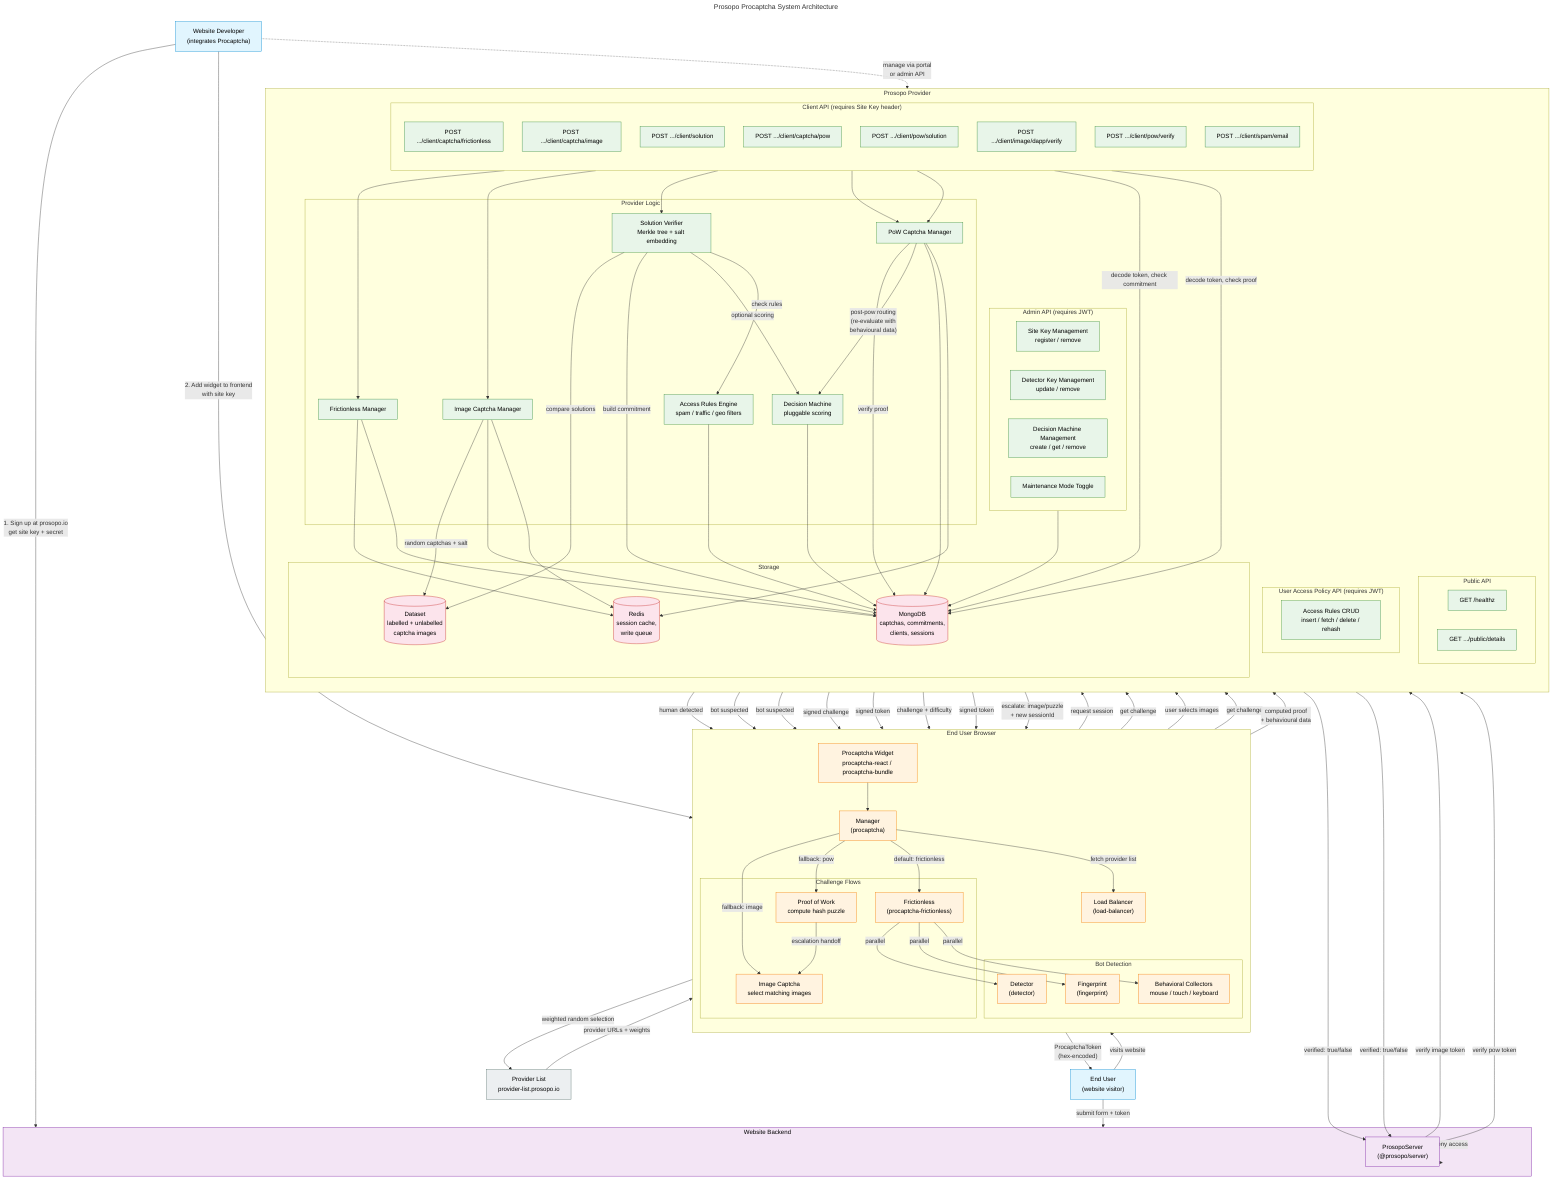
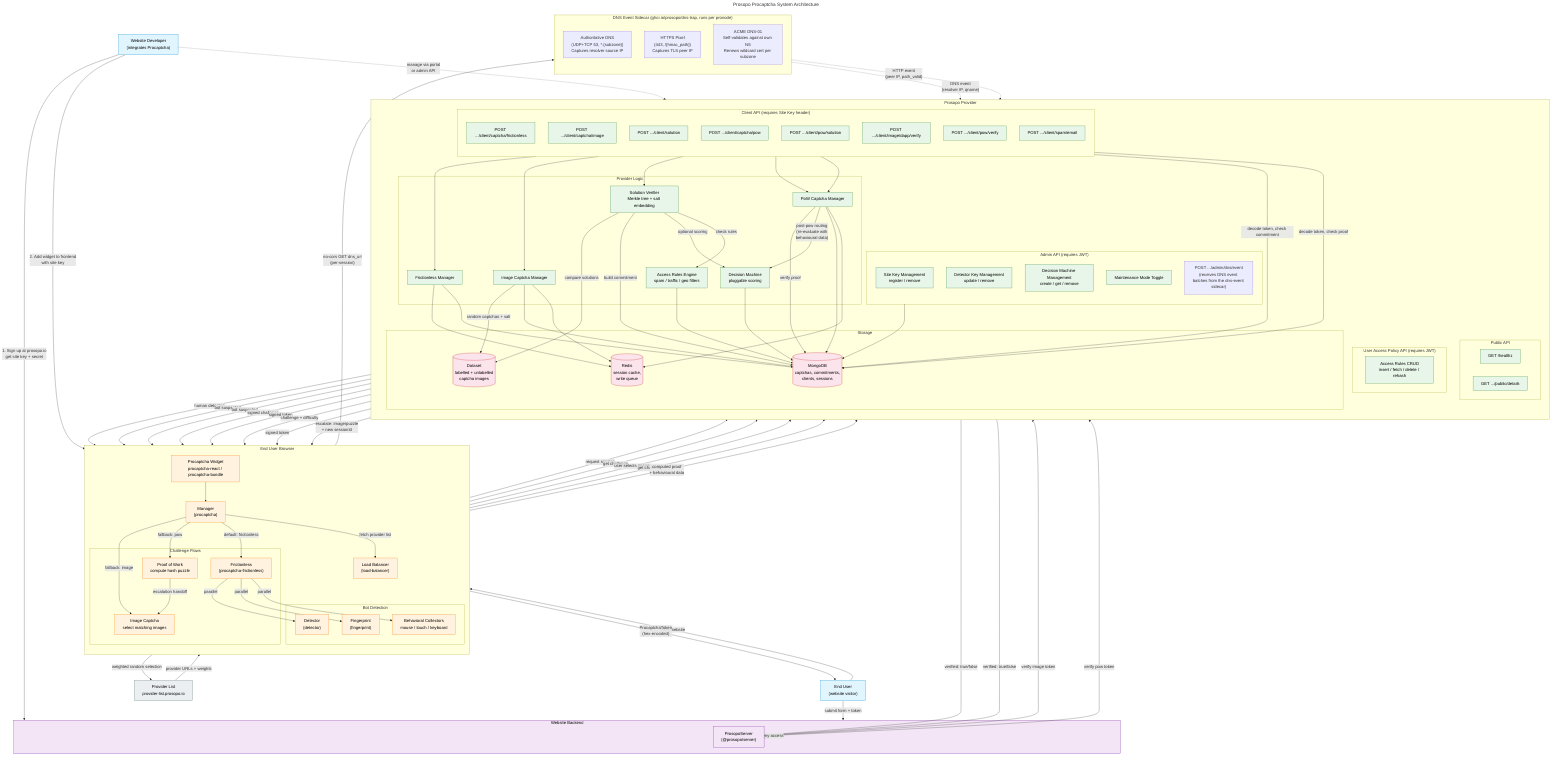
---
title: Prosopo Procaptcha System Architecture
---

graph TB
    %% ===== ACTORS =====
    Developer["Website Developer<br/>(integrates Procaptcha)"]
    EndUser["End User<br/>(website visitor)"]

    %% ===== CLIENT SIDE =====
    subgraph Browser["End User Browser"]
        direction TB
        Widget["Procaptcha Widget<br/>procaptcha-react / procaptcha-bundle"]
        Manager["Manager<br/>(procaptcha)"]
        LB["Load Balancer<br/>(load-balancer)"]

        subgraph Detection["Bot Detection"]
            Detector["Detector<br/>(detector)"]
            Fingerprint["Fingerprint<br/>(fingerprint)"]
            Behavioral["Behavioral Collectors<br/>mouse / touch / keyboard"]
        end

        subgraph CaptchaFlows["Challenge Flows"]
            Frictionless["Frictionless<br/>(procaptcha-frictionless)"]
            ImageCaptcha["Image Captcha<br/>select matching images"]
            PoW["Proof of Work<br/>compute hash puzzle"]
        end
    end

    %% ===== PROVIDER =====
    subgraph Provider["Prosopo Provider"]
        direction TB
        subgraph PublicAPI["Public API"]
            Healthz["GET /healthz"]
            Details["GET .../public/details"]
        end

        subgraph ClientAPI["Client API (requires Site Key header)"]
            direction TB
            FrictionlessEP["POST .../client/captcha/frictionless"]
            ImageChallengeEP["POST .../client/captcha/image"]
            ImageSolutionEP["POST .../client/solution"]
            PowChallengeEP["POST .../client/captcha/pow"]
            PowSolutionEP["POST .../client/pow/solution"]
            ImageVerifyEP["POST .../client/image/dapp/verify"]
            PowVerifyEP["POST .../client/pow/verify"]
            SpamEmailEP["POST .../client/spam/email"]
        end

        subgraph AdminAPI["Admin API (requires JWT)"]
            SiteKeyMgmt["Site Key Management<br/>register / remove"]
            DetectorMgmt["Detector Key Management<br/>update / remove"]
            DecisionMachineMgmt["Decision Machine Management<br/>create / get / remove"]
            MaintenanceToggle["Maintenance Mode Toggle"]
+             DnsEventEP["POST .../admin/dns/event<br/>(receives DNS event batches from the dns-event sidecar)"]
        end

        subgraph UapAPI["User Access Policy API (requires JWT)"]
            RulesCRUD["Access Rules CRUD<br/>insert / fetch / delete / rehash"]
        end

        subgraph ProviderLogic["Provider Logic"]
            ImgTasks["Image Captcha Manager"]
            PowTasks["PoW Captcha Manager"]
            FrictionlessTasks["Frictionless Manager"]
            SolutionVerifier["Solution Verifier<br/>Merkle tree + salt embedding"]
            DecisionMachine["Decision Machine<br/>pluggable scoring"]
            AccessRules["Access Rules Engine<br/>spam / traffic / geo filters"]
        end

        subgraph Storage["Storage"]
            MongoDB[(MongoDB<br/>captchas, commitments,<br/>clients, sessions)]
            Redis[(Redis<br/>session cache,<br/>write queue)]
            Dataset[(Dataset<br/>labelled + unlabelled<br/>captcha images)]
        end
    end

    %% ===== WEBSITE BACKEND =====
    subgraph DappBackend["Website Backend"]
        ServerPkg["ProsopoServer<br/>(@prosopo/server)"]
    end

    %% ===== EXTERNAL =====
    ProviderList["Provider List<br/>provider-list.prosopo.io"]
+ 
+     %% ===== DNS-EVENT SIDECAR =====
+     subgraph DnsEventSidecar["DNS Event Sidecar (ghcr.io/prosopo/dns-trap, runs per pronode)"]
+         direction TB
+         DnsAuth["Authoritative DNS<br/>(UDP+TCP 53, *.{subzone})<br/>Captures resolver source IP"]
+         DnsPixel["HTTPS Pixel<br/>(443, /{hmac_path})<br/>Captures TLS peer IP"]
+         AcmeLoop["ACME DNS-01<br/>Self-validates against own NS<br/>Renews wildcard cert per subzone"]
+     end
+ 
+     %% Per-session flow:
+     %%   1. Provider includes `dns_url` in frictionless response when
+     %%      DNS_EVENT_SUBZONE + DNS_EVENT_HMAC_SECRET are set on the host.
+     %%      URL is https://{sessionId}.{subzone}/{hmac_path}?sid={sessionId}.
+     %%   2. Bundle fires no-cors GET to dns_url on init.
+     %%   3. Browser's resolver queries {sessionId}.{subzone} → sidecar
+     %%      logs resolver IP + qname (contains sessionId).
+     %%   4. Browser opens TLS to sidecar (SNI carries the same sessionId).
+     %%      Sidecar validates path = HMAC(sessionId, secret), serves pixel,
+     %%      logs peer IP + path_valid.
+     %%   5. Sidecar batches events, POSTs to
+     %%      POST .../admin/dns/event with admin sr25519 JWT.
+     %%   6. Provider merges resolverIp/peerIp/pathValid into Session.dnsEvent.
+     %% Signal: resolver IP vs peer IP geo-disagreement reveals residential
+     %% proxies that don't tunnel DNS. Same binary runs alongside Bumblebee
+     %% (Protect) since the wire contract + admin JWT scheme are identical.
+     Widget -->|"no-cors GET dns_url<br/>(per-session)"| DnsPixel
+     DnsAuth -.->|"DNS event<br/>(resolver IP, qname)"| DnsEventEP
+     DnsPixel -.->|"HTTP event<br/>(peer IP, path_valid)"| DnsEventEP

    %% ===== DEVELOPER FLOW =====
    Developer -->|"1. Sign up at prosopo.io<br/>get site key + secret"| DappBackend
    Developer -->|"2. Add widget to frontend<br/>with site key"| Widget

    %% ===== USER FLOW =====
    EndUser -->|visits website| Widget
    Widget --> Manager
    Manager -->|fetch provider list| LB
    LB -->|weighted random selection| ProviderList
    ProviderList -->|provider URLs + weights| LB

    %% ===== FRICTIONLESS FLOW =====
    Manager -->|default: frictionless| Frictionless
    Frictionless -->|parallel| Detector
    Frictionless -->|parallel| Fingerprint
    Frictionless -->|parallel| Behavioral
    Frictionless -->|request session| FrictionlessEP

    FrictionlessEP --> FrictionlessTasks
    FrictionlessTasks --> Redis
    FrictionlessTasks -->|human detected| Manager
    FrictionlessTasks -->|bot suspected| ImageCaptcha
    FrictionlessTasks -->|bot suspected| PoW

    %% ===== IMAGE CAPTCHA FLOW =====
    Manager -->|fallback: image| ImageCaptcha
    ImageCaptcha -->|get challenge| ImageChallengeEP
    ImageChallengeEP --> ImgTasks
    ImgTasks -->|random captchas + salt| Dataset
    ImgTasks -->|signed challenge| ImageCaptcha
    ImageCaptcha -->|user selects images| ImageSolutionEP
    ImageSolutionEP --> SolutionVerifier
    SolutionVerifier -->|compare solutions| Dataset
    SolutionVerifier -->|build commitment| MongoDB
    SolutionVerifier -->|optional scoring| DecisionMachine
    SolutionVerifier -->|check rules| AccessRules
    SolutionVerifier -->|signed token| Manager

    %% ===== POW FLOW =====
    Manager -->|fallback: pow| PoW
    PoW -->|get challenge| PowChallengeEP
    PowChallengeEP --> PowTasks
    PowTasks -->|challenge + difficulty| PoW
    PoW -->|"computed proof<br/>+ behavioural data"| PowSolutionEP
    PowSolutionEP --> PowTasks
    PowTasks -->|verify proof| MongoDB
    PowTasks -->|"post-pow routing<br/>(re-evaluate with<br/>behavioural data)"| DecisionMachine
    PowTasks -->|signed token| Manager
    PowTasks -->|escalate: image/puzzle<br/>+ new sessionId| PoW
    PoW -->|escalation handoff| ImageCaptcha

    %% ===== TOKEN TO BACKEND =====
    Manager -->|"ProcaptchaToken<br/>(hex-encoded)"| EndUser
    EndUser -->|"submit form + token"| DappBackend

    %% ===== SERVER VERIFICATION =====
    DappBackend --> ServerPkg
    ServerPkg -->|verify image token| ImageVerifyEP
    ServerPkg -->|verify pow token| PowVerifyEP
    ImageVerifyEP -->|decode token, check commitment| MongoDB
    PowVerifyEP -->|decode token, check proof| MongoDB
    ImageVerifyEP -->|"verified: true/false"| ServerPkg
    PowVerifyEP -->|"verified: true/false"| ServerPkg
    ServerPkg -->|grant or deny access| DappBackend

    %% ===== ADMIN =====
    Developer -.->|"manage via portal<br/>or admin API"| AdminAPI
    AdminAPI --> MongoDB

    %% ===== STORAGE CONNECTIONS =====
    ImgTasks --> MongoDB
    PowTasks --> MongoDB
    FrictionlessTasks --> MongoDB
    AccessRules --> MongoDB
    DecisionMachine --> MongoDB
    ImgTasks --> Redis
    PowTasks --> Redis

    %% ===== STYLES =====
    classDef actor fill:#e1f5fe,stroke:#0288d1,color:#000
    classDef browser fill:#fff3e0,stroke:#f57c00,color:#000
    classDef provider fill:#e8f5e9,stroke:#388e3c,color:#000
    classDef storage fill:#fce4ec,stroke:#c62828,color:#000
    classDef backend fill:#f3e5f5,stroke:#7b1fa2,color:#000
    classDef external fill:#eceff1,stroke:#546e6a,color:#000

    class Developer,EndUser actor
    class Widget,Manager,LB,Detector,Fingerprint,Behavioral,Frictionless,ImageCaptcha,PoW browser
    class Healthz,Details,FrictionlessEP,ImageChallengeEP,ImageSolutionEP,PowChallengeEP,PowSolutionEP,ImageVerifyEP,PowVerifyEP,SpamEmailEP,SiteKeyMgmt,DetectorMgmt,DecisionMachineMgmt,MaintenanceToggle,RulesCRUD provider
    class ImgTasks,PowTasks,FrictionlessTasks,SolutionVerifier,DecisionMachine,AccessRules provider
    class MongoDB,Redis,Dataset storage
    class ServerPkg,DappBackend backend
    class ProviderList external
